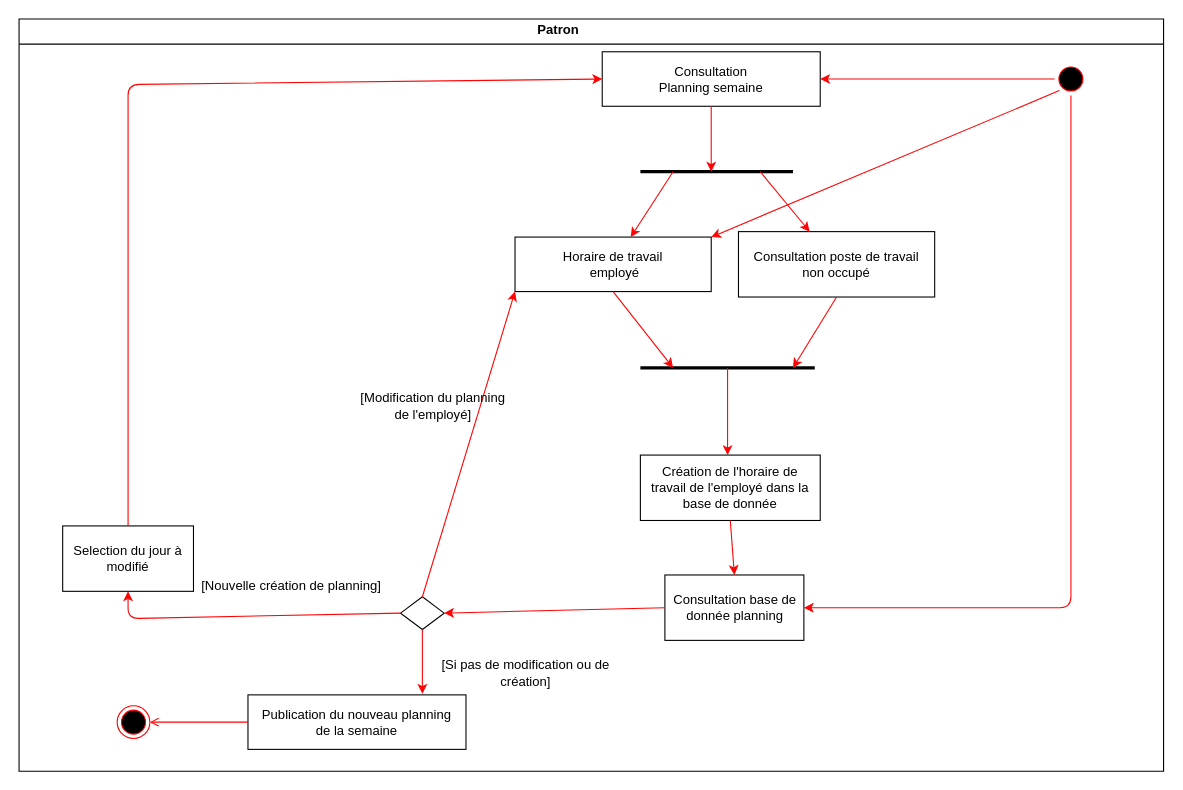
NHatim/aca keeps this draw.io diagram as diagramme_activite.drawio. Above is the earlier version. Source tidied: cells renumbered, new cells numbered last; positions are measured from the earlier drawing's top-left corner, leaving out a move shared by most shapes. Both pictures are drawn from the tidied source at 109%, with x=0, y=0 at pixel (19, 19).
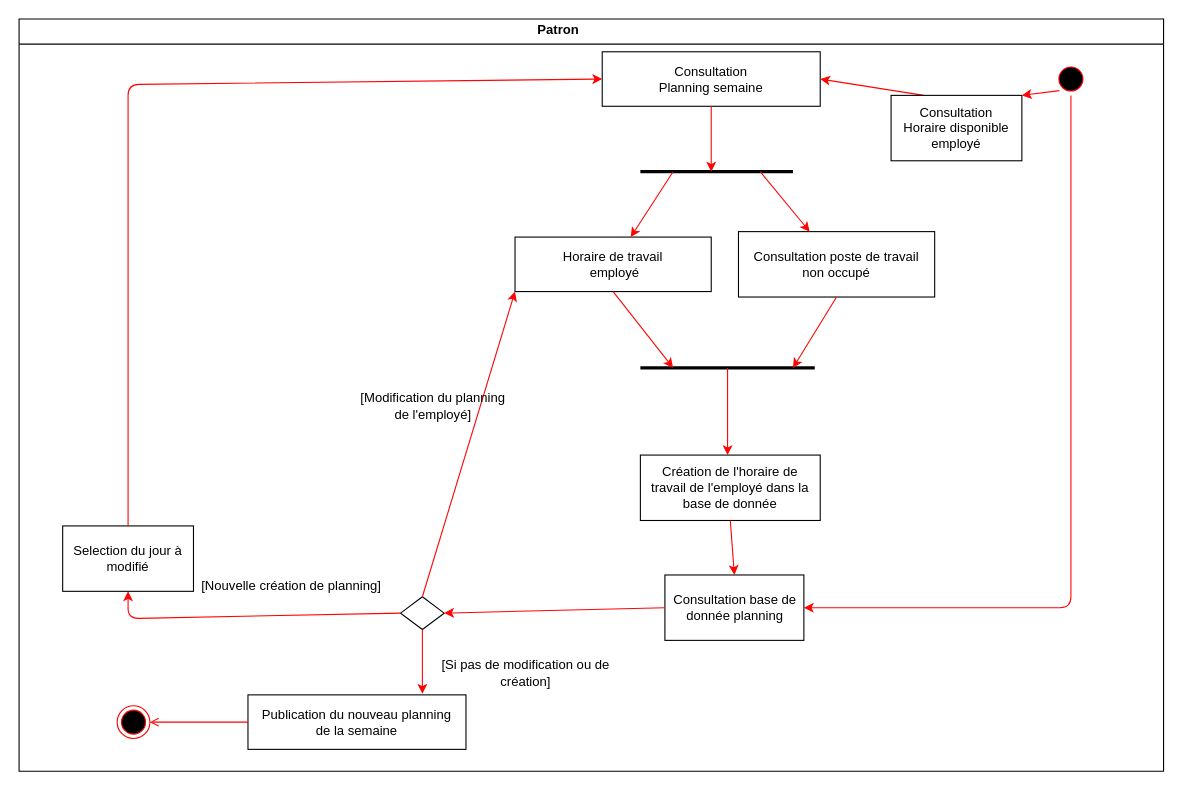
After the change.

Unchanged cells that the change refers to:
```xml
<mxCell id="2" style="swimlane;whiteSpace=wrap;" parent="1" vertex="1">
  <mxGeometry width="1050" height="690" as="geometry" />
</mxCell>
<mxCell id="3" style="ellipse;shape=startState;fillColor=#000000;strokeColor=#ff0000;" parent="2" vertex="1">
  <mxGeometry x="950" y="40" width="30" height="30" as="geometry" />
</mxCell>
<mxCell id="5" value="Consultation&#10;Planning semaine" parent="2" vertex="1">
  <mxGeometry x="535" y="30" width="200" height="50" as="geometry" />
</mxCell>
<mxCell id="9" value="Horaire de travail&lt;br&gt;&amp;nbsp;employé" style="rounded=0;whiteSpace=wrap;html=1;" parent="2" vertex="1">
  <mxGeometry x="455" y="200" width="180" height="50" as="geometry" />
</mxCell>
```

The edit, as a diff of the source:
```diff
@@
-    <mxCell id="28" style="endArrow=classic;html=1;strokeColor=#FF0303;strokeWidth=1;entryX=1;entryY=0.5;entryDx=0;entryDy=0;exitX=0;exitY=0.5;exitDx=0;exitDy=0;" parent="2" edge="1" source="3" target="5">
+    <mxCell id="28" style="endArrow=classic;html=1;strokeColor=#FF0303;strokeWidth=1;entryX=1;entryY=0.5;entryDx=0;entryDy=0;exitX=0.25;exitY=0;exitDx=0;exitDy=0;" parent="2" edge="1" source="35" target="5">
       <mxGeometry relative="1" as="geometry" />
     </mxCell>
@@
-    <mxCell id="30" style="endArrow=classic;html=1;strokeColor=#FF0303;strokeWidth=1;entryX=1;entryY=0;entryDx=0;entryDy=0;exitX=0;exitY=1;exitDx=0;exitDy=0;" parent="2" edge="1" source="3" target="9">
-      <mxGeometry relative="1" as="geometry" />
-    </mxCell>
+    <mxCell id="35" value="Consultation&lt;br&gt;Horaire disponible&lt;br&gt;employé" style="rounded=0;whiteSpace=wrap;html=1;" parent="2" vertex="1">
+      <mxGeometry x="800" y="70" width="120" height="60" as="geometry" />
+    </mxCell>
+    <mxCell id="36" style="endArrow=classic;html=1;strokeColor=#FF0303;strokeWidth=1;entryX=1;entryY=0;entryDx=0;entryDy=0;exitX=0;exitY=1;exitDx=0;exitDy=0;" parent="2" edge="1" source="3" target="35">
+      <mxGeometry relative="1" as="geometry" />
+    </mxCell>
```
